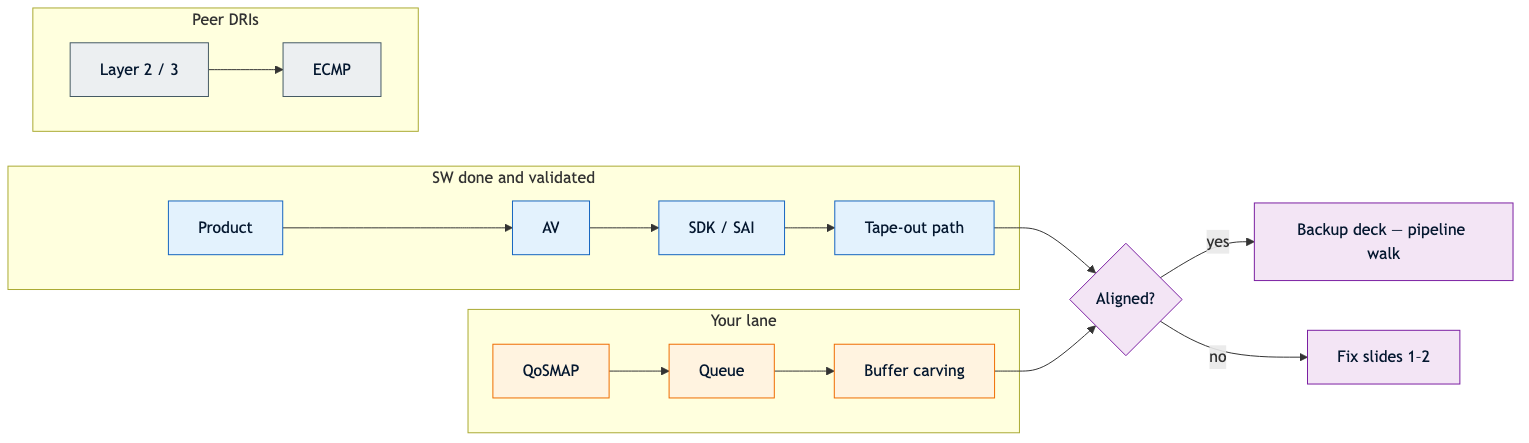
upscale-ai-network/agent-template keeps this Mermaid diagram as assets/diagrams/a3/slide02-validated.png. Above is the earlier version. Its source is kept beside it as assets/diagrams/a3/slide02-validated.mmd. The source it was exported from:
```mermaid
flowchart LR
  subgraph bar["SW done and validated"]
    direction LR
    PR[Product] --> AV[AV]
    AV --> SDK[SDK / SAI]
    SDK --> TAPE[Tape-out path]
  end

  subgraph lane["Your lane"]
    direction LR
    Q[QoSMAP] --> QU[Queue]
    QU --> BC[Buffer carving]
  end

  subgraph peers["Peer DRIs"]
    direction LR
    L2[Layer 2 / 3] --> EC[ECMP]
  end

  TAPE --> GATE{Aligned?}
  BC --> GATE
  GATE -->|yes| WALK[Backup deck — pipeline walk]
  GATE -->|no| FIX[Fix slides 1–2]

  classDef bar fill:#E3F2FD,stroke:#1565C0,color:#051830
  classDef lane fill:#FFF3E0,stroke:#EF6C00,color:#051830
  classDef peer fill:#ECEFF1,stroke:#455A64,color:#051830
  classDef gate fill:#F3E5F5,stroke:#7B1FA2,color:#051830
  class PR,AV,SDK,TAPE bar
  class Q,QU,BC lane
  class L2,EC peer
  class GATE,WALK,FIX gate
```
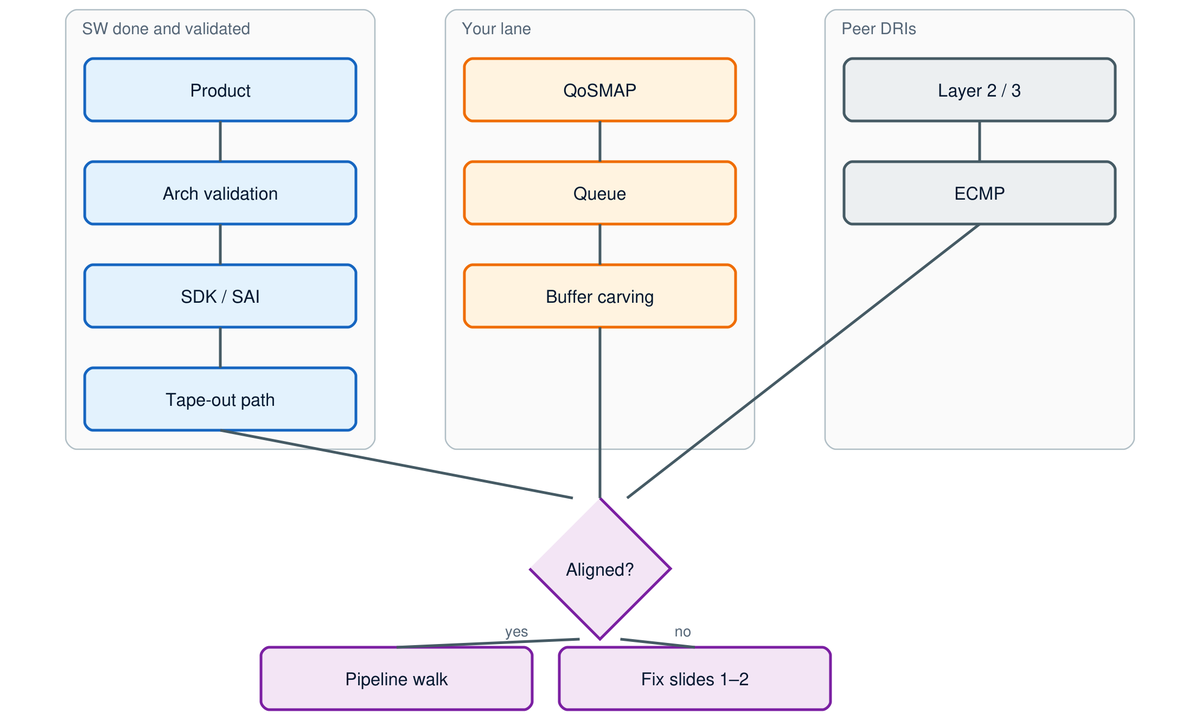
After the change.

Diff of the diagram source:
```diff
@@ -1,32 +1,26 @@
-flowchart LR
+flowchart TB
   subgraph bar["SW done and validated"]
-    direction LR
-    PR[Product] --> AV[AV]
+    PR[Product] --> AV[Arch validation]
     AV --> SDK[SDK / SAI]
     SDK --> TAPE[Tape-out path]
   end
 
   subgraph lane["Your lane"]
-    direction LR
     Q[QoSMAP] --> QU[Queue]
     QU --> BC[Buffer carving]
   end
 
   subgraph peers["Peer DRIs"]
-    direction LR
     L2[Layer 2 / 3] --> EC[ECMP]
   end
 
   TAPE --> GATE{Aligned?}
   BC --> GATE
-  GATE -->|yes| WALK[Backup deck — pipeline walk]
+  L2 -.-> GATE
+  GATE -->|yes| WALK[Pipeline walk]
   GATE -->|no| FIX[Fix slides 1–2]
 
-  classDef bar fill:#E3F2FD,stroke:#1565C0,color:#051830
-  classDef lane fill:#FFF3E0,stroke:#EF6C00,color:#051830
-  classDef peer fill:#ECEFF1,stroke:#455A64,color:#051830
-  classDef gate fill:#F3E5F5,stroke:#7B1FA2,color:#051830
-  class PR,AV,SDK,TAPE bar
+  class PR,AV,SDK,TAPE program
   class Q,QU,BC lane
   class L2,EC peer
   class GATE,WALK,FIX gate
```
